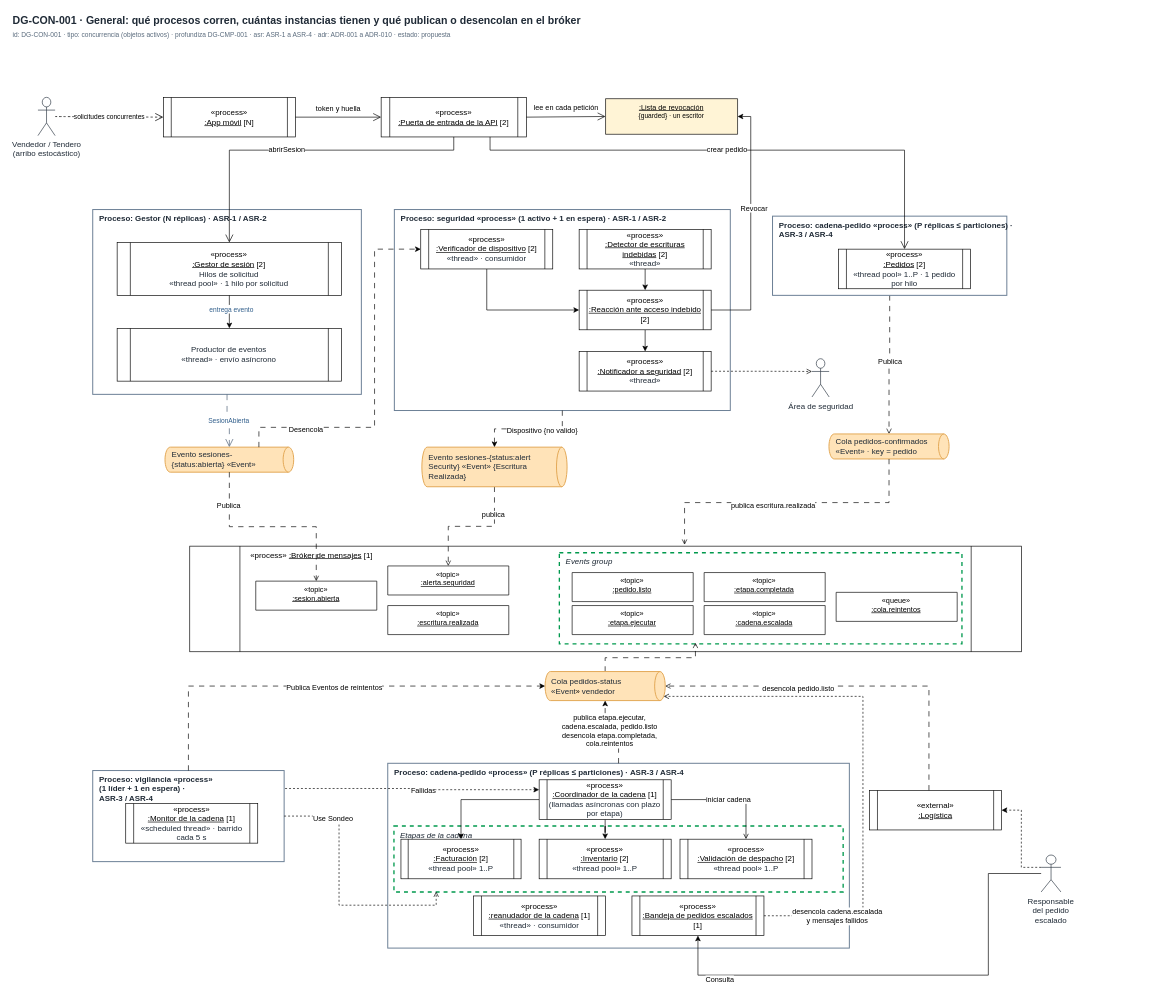
Before: page "DG-CON-001-General" (1 of 3) of docs/modelos/drawio/vista-concurrencia.drawio in MATI-MBIT/arqsoft-reto-2, a draw.io diagram. Source tidied: cells renumbered, new cells numbered last; positions are measured from the earlier drawing's top-left corner, leaving out a move shared by most shapes. Both pictures are drawn from the tidied source at 66%, with x=0, y=0 at pixel (11, 11).
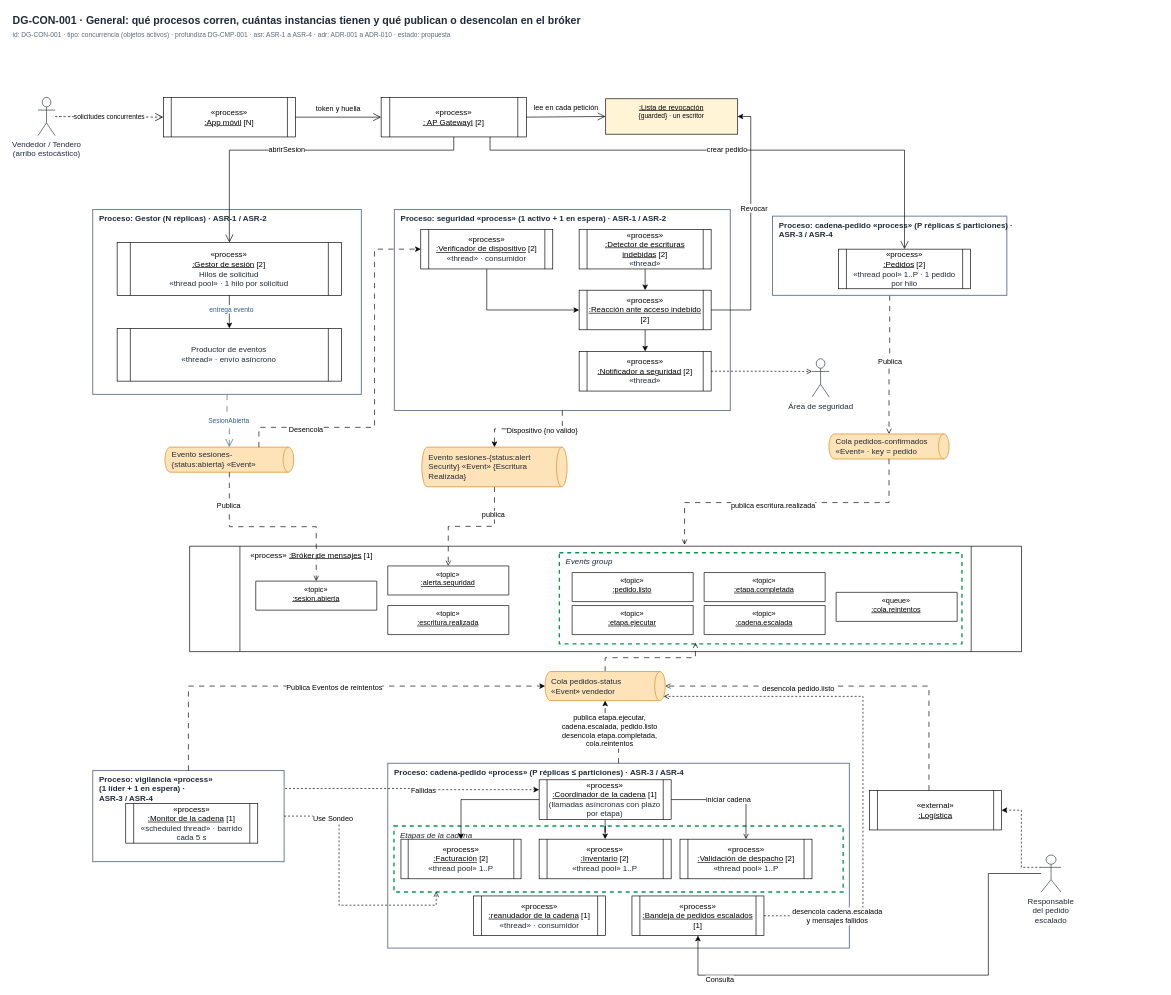
The same diagram, later.

The edit, as a diff of the source:
```diff
@@
-    <mxCell id="22" value="«process»&lt;br&gt;&lt;u&gt;:Puerta de entrada de la API&lt;/u&gt; [2]" style="shape=process;whiteSpace=wrap;html=1;backgroundOutline=1;size=0.06;fillColor=#FFFFFF;strokeColor=#000000;fontSize=12;" parent="1" vertex="1">
+    <mxCell id="22" value="«process»&lt;br&gt;&lt;u&gt;: AP GatewayI&lt;/u&gt; [2]" style="shape=process;whiteSpace=wrap;html=1;backgroundOutline=1;size=0.06;fillColor=#FFFFFF;strokeColor=#000000;fontSize=12;" parent="1" vertex="1">
       <mxGeometry x="560" y="130" width="220" height="60" as="geometry" />
     </mxCell>
```
